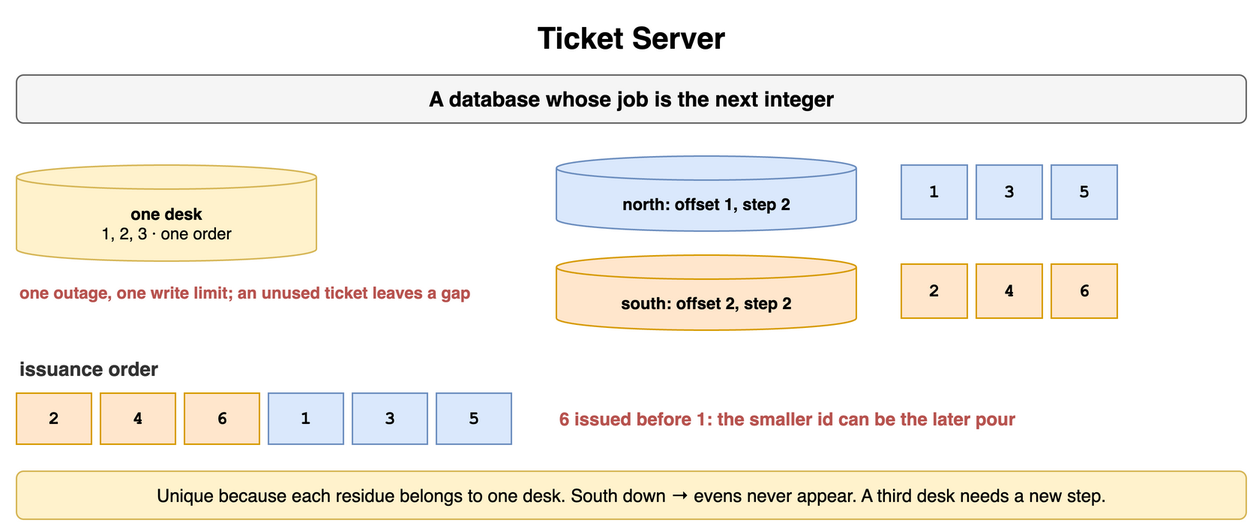
Before: content/09_System_Design_Interview/19_Unique_ID_Generation/diagrams/unique-id-4-ticket-server.png, a diagram exported from draw.io (amendez13/swe-study-guide). Source tidied: cells renumbered, new cells last; positions are measured from the earlier drawing's top-left corner, leaving out a move shared by most shapes.
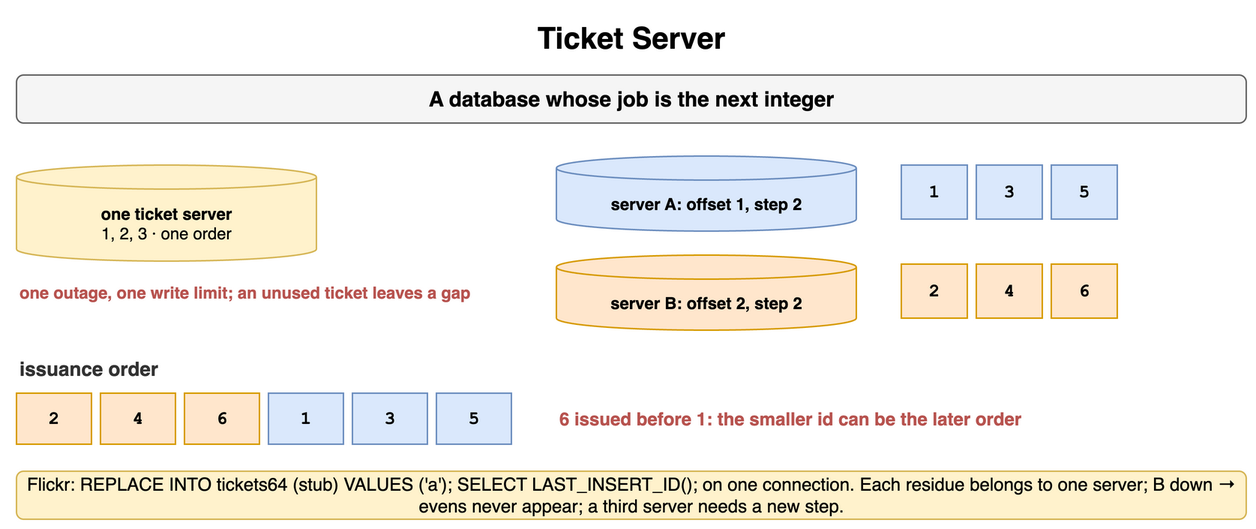
Later version of the same file.

The edit, as a diff of the source:
```diff
@@ -8,16 +8,16 @@
     <mxCell id="3" value="A database whose job is the next integer" style="rounded=1;whiteSpace=wrap;html=1;fillColor=#f5f5f5;strokeColor=#666666;fontStyle=1;fontSize=14;" parent="1" vertex="1">
       <mxGeometry y="40" width="820" height="32" as="geometry" />
     </mxCell>
-    <mxCell id="4" value="one desk&lt;br&gt;&lt;span style='font-weight:normal'&gt;1, 2, 3 · one order&lt;/span&gt;" style="shape=cylinder3;whiteSpace=wrap;html=1;boundedLbl=1;backgroundOutline=1;size=8;fillColor=#fff2cc;strokeColor=#d6b656;fontStyle=1;fontSize=11;" parent="1" vertex="1">
+    <mxCell id="4" value="one ticket server&lt;br&gt;&lt;span style='font-weight:normal'&gt;1, 2, 3 · one order&lt;/span&gt;" style="shape=cylinder3;whiteSpace=wrap;html=1;boundedLbl=1;backgroundOutline=1;size=8;fillColor=#fff2cc;strokeColor=#d6b656;fontStyle=1;fontSize=11;" parent="1" vertex="1">
       <mxGeometry y="100" width="200" height="64" as="geometry" />
     </mxCell>
     <mxCell id="5" value="one outage, one write limit; an unused ticket leaves a gap" style="text;html=1;whiteSpace=wrap;fontSize=11;align=left;verticalAlign=middle;fontSize=11;fontColor=#b85450;fontStyle=1;" parent="1" vertex="1">
       <mxGeometry y="170" width="320" height="30" as="geometry" />
     </mxCell>
-    <mxCell id="6" value="north: offset 1, step 2" style="shape=cylinder3;whiteSpace=wrap;html=1;boundedLbl=1;backgroundOutline=1;size=8;fillColor=#dae8fc;strokeColor=#6c8ebf;fontStyle=1;fontSize=11;" parent="1" vertex="1">
+    <mxCell id="6" value="server A: offset 1, step 2" style="shape=cylinder3;whiteSpace=wrap;html=1;boundedLbl=1;backgroundOutline=1;size=8;fillColor=#dae8fc;strokeColor=#6c8ebf;fontStyle=1;fontSize=11;" parent="1" vertex="1">
       <mxGeometry x="360" y="94" width="200" height="50" as="geometry" />
     </mxCell>
-    <mxCell id="7" value="south: offset 2, step 2" style="shape=cylinder3;whiteSpace=wrap;html=1;boundedLbl=1;backgroundOutline=1;size=8;fillColor=#ffe6cc;strokeColor=#d79b00;fontStyle=1;fontSize=11;" parent="1" vertex="1">
+    <mxCell id="7" value="server B: offset 2, step 2" style="shape=cylinder3;whiteSpace=wrap;html=1;boundedLbl=1;backgroundOutline=1;size=8;fillColor=#ffe6cc;strokeColor=#d79b00;fontStyle=1;fontSize=11;" parent="1" vertex="1">
       <mxGeometry x="360" y="160" width="200" height="50" as="geometry" />
     </mxCell>
     <mxCell id="8" value="1" style="rounded=0;whiteSpace=wrap;html=1;fontFamily=Courier New;fontStyle=1;fontSize=13;fillColor=#dae8fc;strokeColor=#6c8ebf;fontSize=12;" parent="1" vertex="1">
@@ -59,10 +59,10 @@
     <mxCell id="20" value="5" style="rounded=0;whiteSpace=wrap;html=1;fontFamily=Courier New;fontStyle=1;fontSize=13;fillColor=#dae8fc;strokeColor=#6c8ebf;fontSize=12;" parent="1" vertex="1">
       <mxGeometry x="280" y="252" width="50" height="34" as="geometry" />
     </mxCell>
-    <mxCell id="21" value="6 issued before 1: the smaller id can be the later pour" style="text;html=1;whiteSpace=wrap;fontSize=11;align=left;verticalAlign=middle;fontSize=12;fontColor=#b85450;fontStyle=1;" parent="1" vertex="1">
+    <mxCell id="21" value="6 issued before 1: the smaller id can be the later order" style="text;html=1;whiteSpace=wrap;fontSize=11;align=left;verticalAlign=middle;fontSize=12;fontColor=#b85450;fontStyle=1;" parent="1" vertex="1">
       <mxGeometry x="360" y="252" width="460" height="34" as="geometry" />
     </mxCell>
-    <mxCell id="22" value="Unique because each residue belongs to one desk. South down → evens never appear. A third desk needs a new step." style="rounded=1;whiteSpace=wrap;html=1;fillColor=#fff2cc;strokeColor=#d6b656;fontSize=12;align=center;" parent="1" vertex="1">
+    <mxCell id="22" value="Flickr: REPLACE INTO tickets64 (stub) VALUES ('a'); SELECT LAST_INSERT_ID(); on one connection. Each residue belongs to one server; B down → evens never appear; a third server needs a new step." style="rounded=1;whiteSpace=wrap;html=1;fillColor=#fff2cc;strokeColor=#d6b656;fontSize=12;align=center;" parent="1" vertex="1">
       <mxGeometry y="304" width="820" height="32" as="geometry" />
     </mxCell>
   </root>
```
